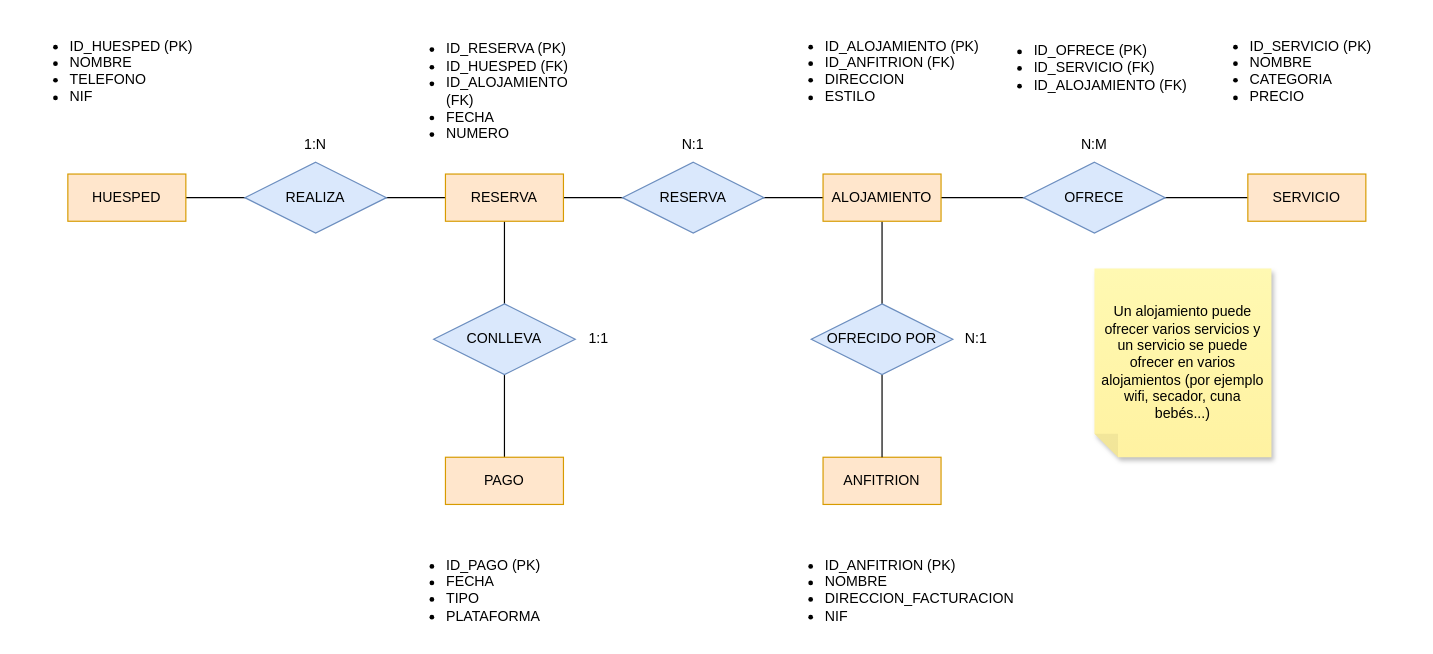
Earlier version of the draw.io diagram E5. Alquiler vacacional.drawio (Milikituki/PracticasBBDD). Source tidied: cells renumbered, new cells numbered last; positions are measured from the earlier drawing's top-left corner, leaving out a move shared by most shapes. Both pictures are drawn from the tidied source at 118%, with x=0, y=0 at pixel (20, 20).
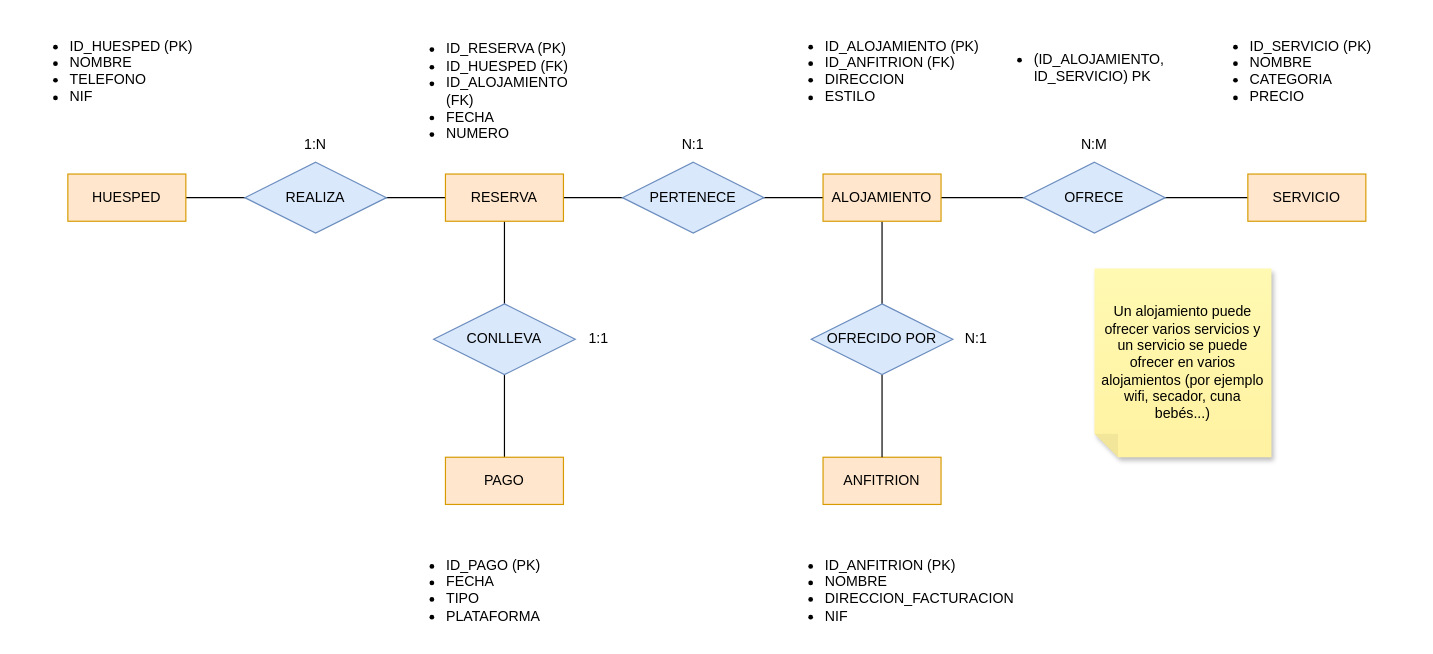
The same page after the edit.

Change to the diagram source:
```diff
@@
-    <mxCell id="12" value="RESERVA" style="shape=rhombus;perimeter=rhombusPerimeter;whiteSpace=wrap;html=1;align=center;fillColor=#dae8fc;strokeColor=#6c8ebf;" parent="1" vertex="1">
+    <mxCell id="12" value="PERTENECE" style="shape=rhombus;perimeter=rhombusPerimeter;whiteSpace=wrap;html=1;align=center;fillColor=#dae8fc;strokeColor=#6c8ebf;" parent="1" vertex="1">
       <mxGeometry x="510" y="120" width="120" height="60" as="geometry" />
     </mxCell>
@@
-    <mxCell id="25" value="&lt;ul&gt;&lt;li&gt;ID_OFRECE (PK)&lt;/li&gt;&lt;li&gt;ID_SERVICIO (FK)&lt;/li&gt;&lt;li&gt;ID_ALOJAMIENTO (FK)&lt;/li&gt;&lt;/ul&gt;" style="text;strokeColor=none;fillColor=none;html=1;whiteSpace=wrap;verticalAlign=middle;overflow=hidden;" parent="1" vertex="1">
+    <mxCell id="25" value="&lt;ul&gt;&lt;li&gt;(ID_ALOJAMIENTO, ID_SERVICIO) PK&lt;/li&gt;&lt;/ul&gt;" style="text;strokeColor=none;fillColor=none;html=1;whiteSpace=wrap;verticalAlign=middle;overflow=hidden;" parent="1" vertex="1">
       <mxGeometry x="817" width="180" height="80" as="geometry" />
     </mxCell>
```
